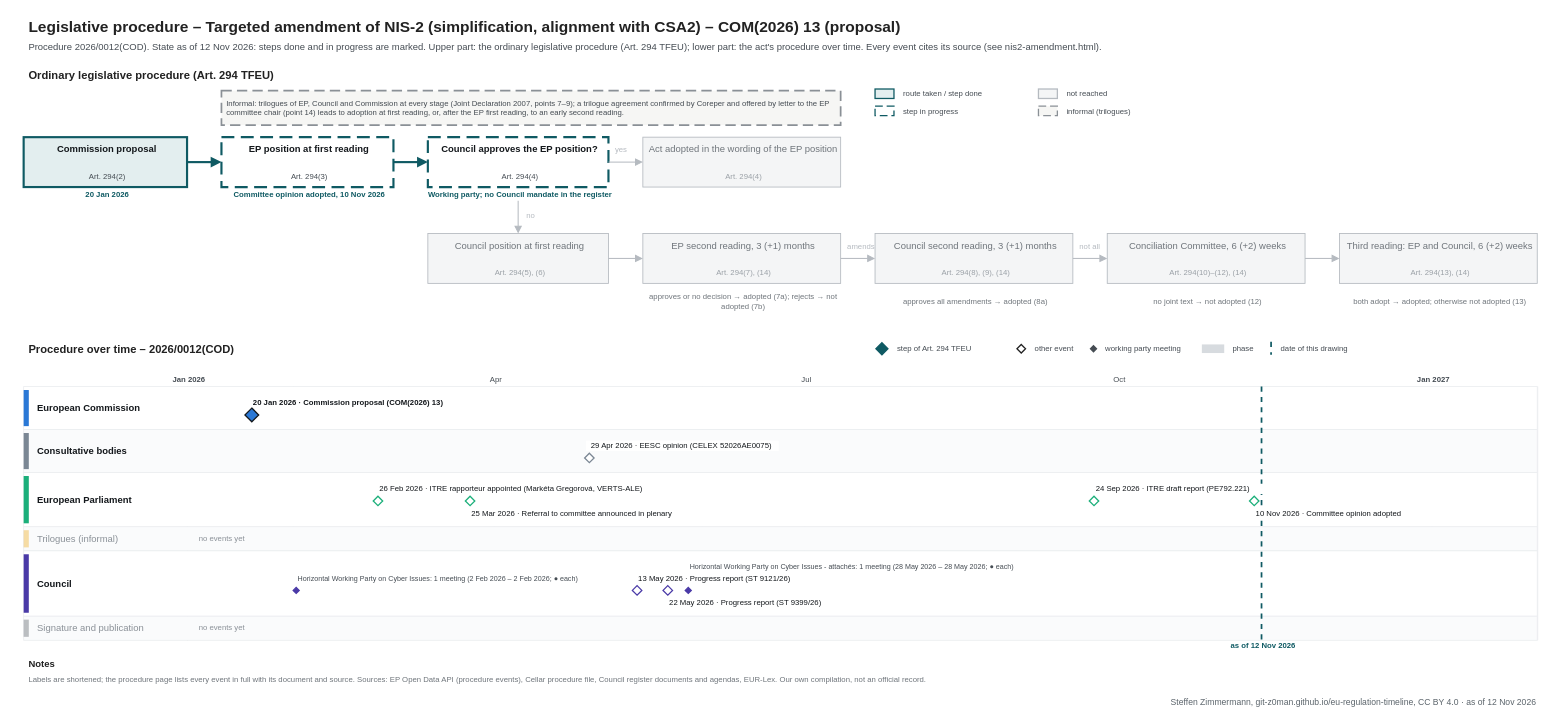
Before: procedures/nis2-amendment.drawio in git-z0man/eu-regulation-timeline, a draw.io diagram. Source tidied: cells renumbered, new cells numbered last; positions are measured from the earlier drawing's top-left corner, leaving out a move shared by most shapes. Both pictures are drawn from the tidied source at 86%, with x=0, y=0 at pixel (15, 15).
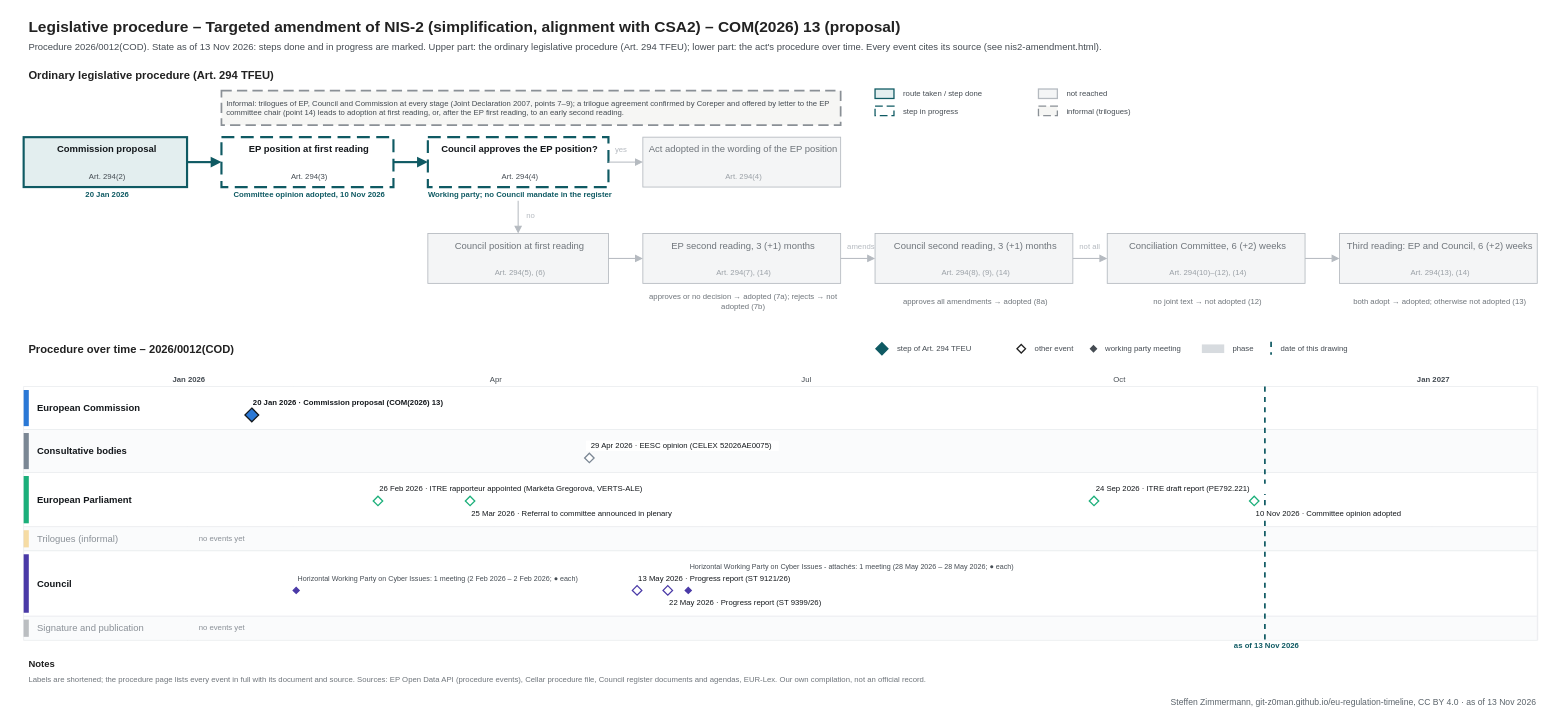
The same page after the edit.

Diff of the diagram source:
```diff
@@
-    <mxCell id="3" value="Procedure 2026/0012(COD). State as of 12 Nov 2026: steps done and in progress are marked. Upper part: the ordinary legislative procedure (Art. 294 TFEU); lower part: the act's procedure over time. Every event cites its source (see nis2-amendment.html)." style="text;html=1;fontSize=11;fontColor=#454c53;align=left;verticalAlign=middle;spacingLeft=4;" parent="1" vertex="1">
+    <mxCell id="3" value="Procedure 2026/0012(COD). State as of 13 Nov 2026: steps done and in progress are marked. Upper part: the ordinary legislative procedure (Art. 294 TFEU); lower part: the act's procedure over time. Every event cites its source (see nis2-amendment.html)." style="text;html=1;fontSize=11;fontColor=#454c53;align=left;verticalAlign=middle;spacingLeft=4;" parent="1" vertex="1">
       <mxGeometry x="10" y="28" width="1700" height="18" as="geometry" />
     </mxCell>
@@
     <mxCell id="111" style="line;html=1;strokeWidth=2;strokeColor=#0f5a63;direction=south;dashed=1;" parent="1" vertex="1">
-      <mxGeometry x="1448.9" y="432" width="1" height="295" as="geometry" />
+      <mxGeometry x="1452.8" y="432" width="1" height="295" as="geometry" />
     </mxCell>
-    <mxCell id="112" value="as of 12 Nov 2026" style="text;html=1;fontSize=9;fontColor=#0f5a63;align=center;verticalAlign=middle;spacingLeft=4;fontStyle=1;" parent="1" vertex="1">
-      <mxGeometry x="1388.9" y="728" width="120" height="12" as="geometry" />
+    <mxCell id="112" value="as of 13 Nov 2026" style="text;html=1;fontSize=9;fontColor=#0f5a63;align=center;verticalAlign=middle;spacingLeft=4;fontStyle=1;" parent="1" vertex="1">
+      <mxGeometry x="1392.8" y="728" width="120" height="12" as="geometry" />
     </mxCell>
@@
-    <mxCell id="135" value="Steffen Zimmermann, git-z0man.github.io/eu-regulation-timeline, CC BY 4.0 · as of 12 Nov 2026" style="text;html=1;fontSize=10;fontColor=#5b646b;align=right;verticalAlign=middle;spacingLeft=4;" parent="1" vertex="1">
+    <mxCell id="135" value="Steffen Zimmermann, git-z0man.github.io/eu-regulation-timeline, CC BY 4.0 · as of 13 Nov 2026" style="text;html=1;fontSize=10;fontColor=#5b646b;align=right;verticalAlign=middle;spacingLeft=4;" parent="1" vertex="1">
       <mxGeometry x="10" y="791" width="1760" height="16" as="geometry" />
     </mxCell>
```
